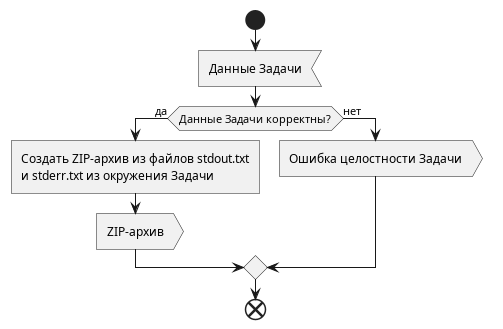
Above: docs/diagrams/img/activity/Job.Worker/Results collector.png in mrypdm/JobSystem (PlantUML), before the change.
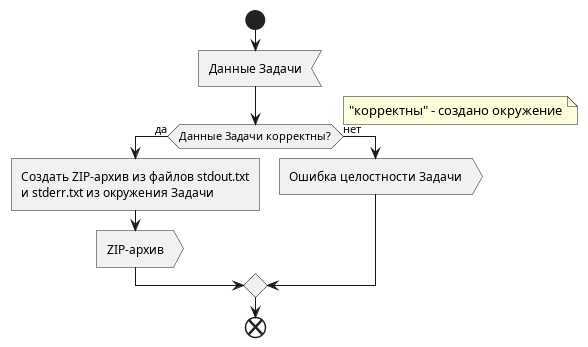
Later version of the same file.

Diff of the diagram source:
```diff
@@ -5,6 +5,7 @@
 :Данные Задачи<
 
 if (Данные Задачи корректны?) then (да)
+    note right: "корректны" - создано окружение
     :Создать ZIP-архив из файлов stdout.txt
     и stderr.txt из окружения Задачи]
     :ZIP-архив>
```
